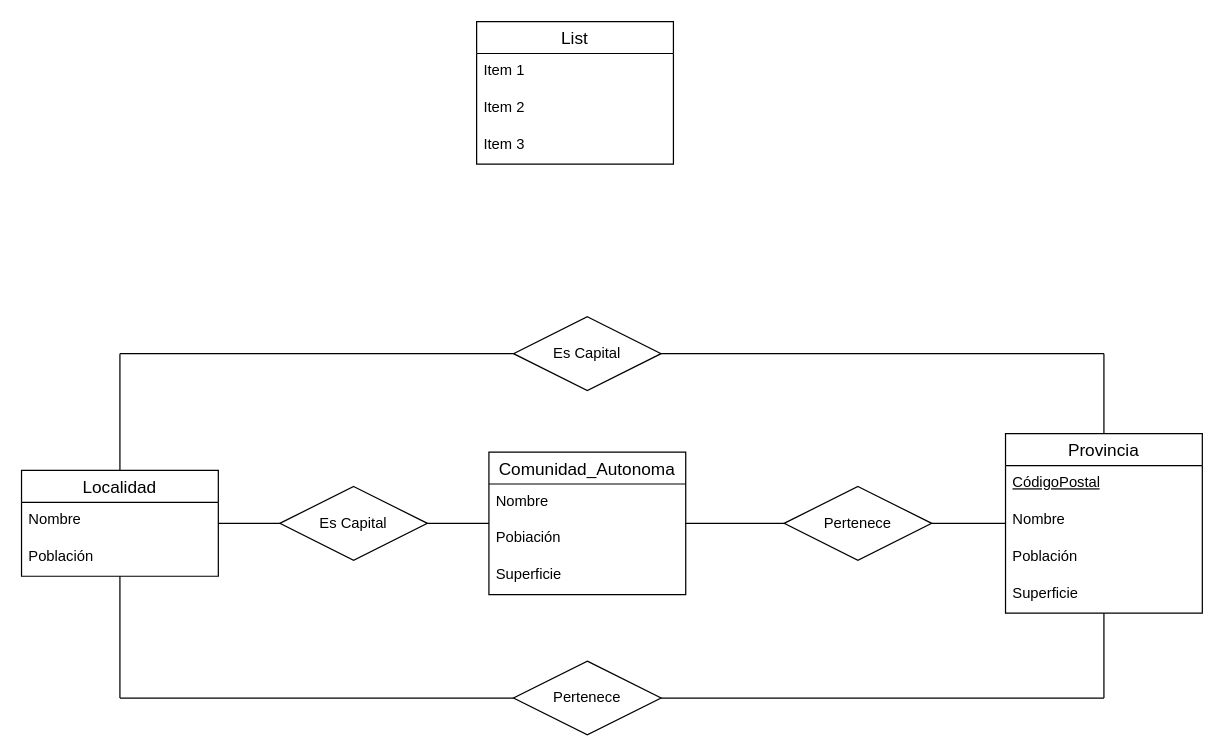
Before: Ej3.drawio in AlejandroCara/acr-tsys-modeloER-drawio-1110, a draw.io diagram. Source tidied: cells renumbered, new cells numbered last; positions are measured from the earlier drawing's top-left corner, leaving out a move shared by most shapes. Both pictures are drawn from the tidied source at 123%, with x=0, y=0 at pixel (21, 21).
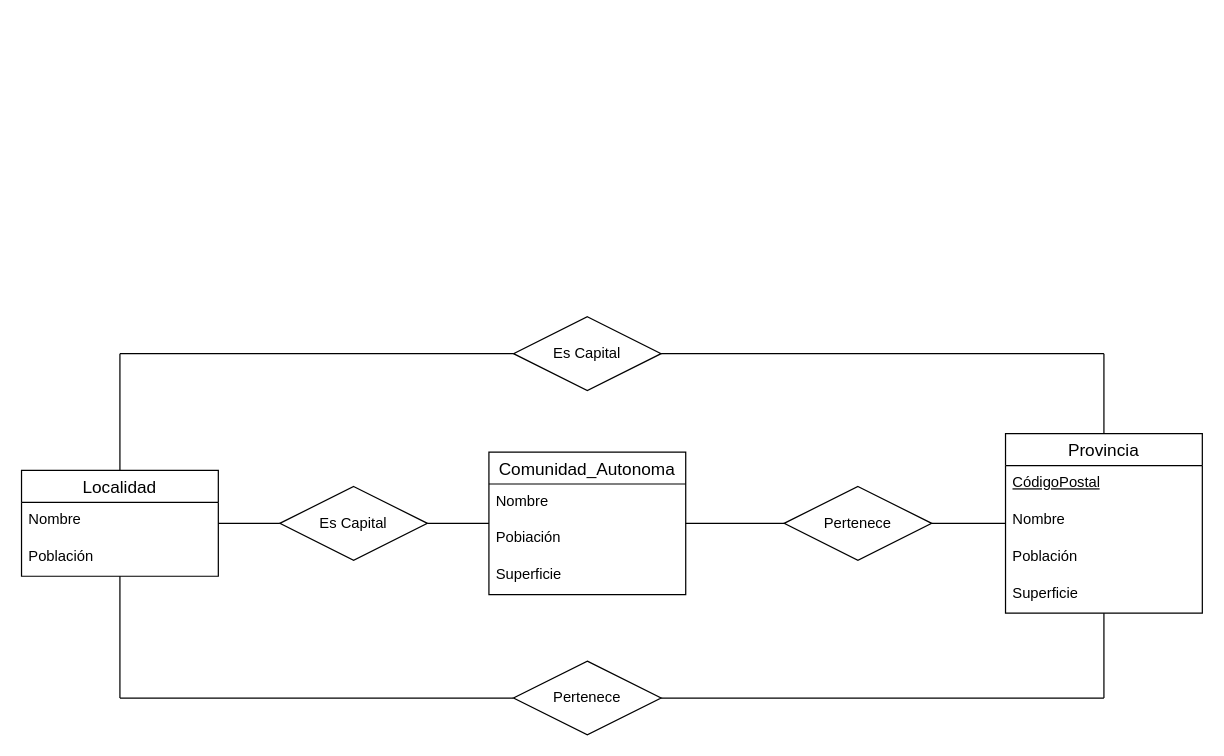
The same page after the edit.

Change to the diagram source:
```diff
@@
-    <mxCell id="14" value="List" style="swimlane;fontStyle=0;horizontal=1;startSize=26;align=center;fontSize=14;" parent="1" vertex="1">
-      <mxGeometry x="370" width="160" height="116" as="geometry" />
-    </mxCell>
-    <mxCell id="15" value="Item 1" style="text;strokeColor=none;fillColor=none;spacingLeft=4;spacingRight=4;overflow=hidden;fontSize=12;whiteSpace=wrap;html=1;" parent="14" vertex="1">
-      <mxGeometry y="26" width="160" height="30" as="geometry" />
-    </mxCell>
-    <mxCell id="16" value="Item 2" style="text;strokeColor=none;fillColor=none;spacingLeft=4;spacingRight=4;overflow=hidden;fontSize=12;whiteSpace=wrap;html=1;" parent="14" vertex="1">
-      <mxGeometry y="56" width="160" height="30" as="geometry" />
-    </mxCell>
-    <mxCell id="17" value="Item 3" style="text;strokeColor=none;fillColor=none;spacingLeft=4;spacingRight=4;overflow=hidden;fontSize=12;whiteSpace=wrap;html=1;" parent="14" vertex="1">
-      <mxGeometry y="86" width="160" height="30" as="geometry" />
-    </mxCell>
```
